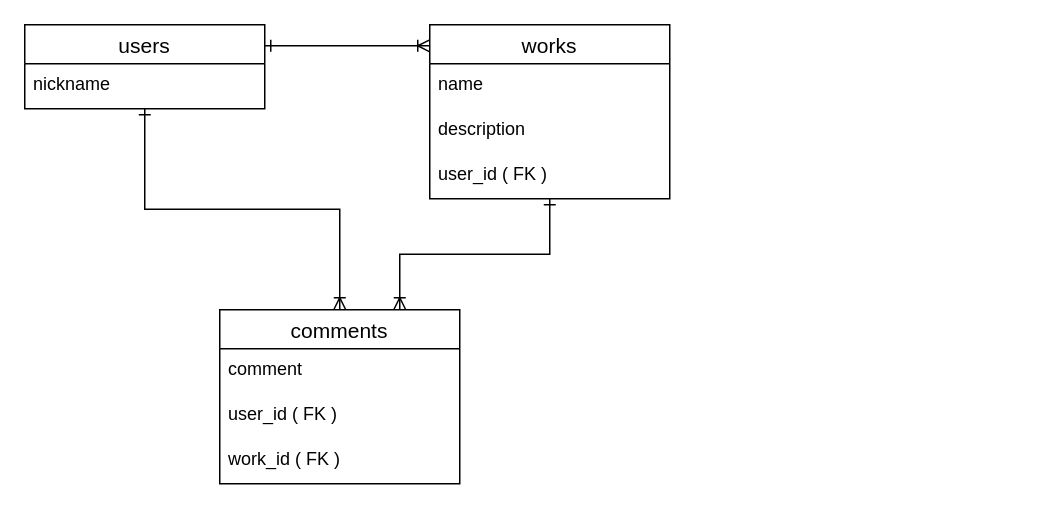
The draw.io diagram hachi.dio in kysh555/hachi_app, before the edit. Source tidied: cells renumbered, new cells numbered last; positions are measured from the earlier drawing's top-left corner, leaving out a move shared by most shapes. Both pictures are drawn from the tidied source at 150%, with x=0, y=0 at pixel (24, 24).
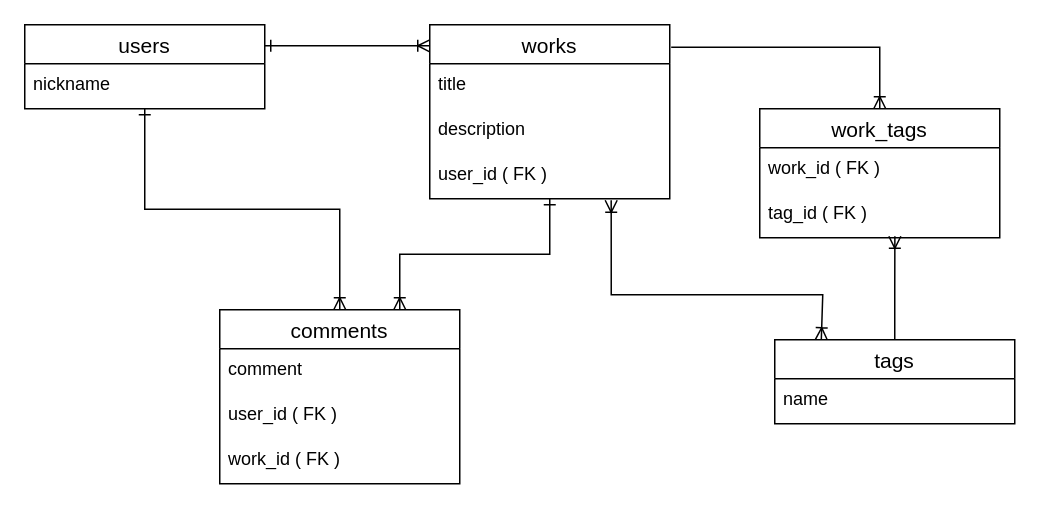
The same page after the edit.

Commit message (it also covers changes not shown here):
READMEとER図に追記

Unchanged cells that the change refers to:
```xml
<mxCell id="7" value="works" style="swimlane;fontStyle=0;horizontal=1;startSize=26;align=center;fontSize=14;" parent="1" vertex="1">
  <mxGeometry x="270" width="160" height="116" as="geometry" />
</mxCell>
<mxCell id="10" value="user_id ( FK )" style="text;strokeColor=none;fillColor=none;spacingLeft=4;spacingRight=4;overflow=hidden;points=[[0,0.5],[1,0.5]];portConstraint=eastwest;fontSize=12;" parent="7" vertex="1">
  <mxGeometry y="86" width="160" height="30" as="geometry" />
</mxCell>
```

The edit, as a diff of the source:
```diff
@@
+    <mxCell id="15" style="edgeStyle=orthogonalEdgeStyle;rounded=0;jettySize=auto;html=1;entryX=0.5;entryY=0;entryDx=0;entryDy=0;startArrow=none;startFill=0;endArrow=ERoneToMany;endFill=0;exitX=1.006;exitY=0.129;exitDx=0;exitDy=0;exitPerimeter=0;" parent="1" edge="1" source="7" target="20">
+      <mxGeometry relative="1" as="geometry">
+        <Array as="points">
+          <mxPoint x="570" y="15" />
+        </Array>
+      </mxGeometry>
+    </mxCell>
@@
-    <mxCell id="8" value="name" style="text;strokeColor=none;fillColor=none;spacingLeft=4;spacingRight=4;overflow=hidden;fontSize=12;" parent="7" vertex="1">
+    <mxCell id="8" value="title" style="text;strokeColor=none;fillColor=none;spacingLeft=4;spacingRight=4;overflow=hidden;fontSize=12;" parent="7" vertex="1">
       <mxGeometry y="26" width="160" height="30" as="geometry" />
     </mxCell>
@@
+    <mxCell id="16" style="edgeStyle=orthogonalEdgeStyle;rounded=0;jettySize=auto;html=1;exitX=0.5;exitY=0;exitDx=0;exitDy=0;entryX=0.563;entryY=0.967;entryDx=0;entryDy=0;entryPerimeter=0;startArrow=none;startFill=0;endArrow=ERoneToMany;endFill=0;" parent="1" edge="1" source="18" target="22">
+      <mxGeometry relative="1" as="geometry" />
+    </mxCell>
+    <mxCell id="17" style="edgeStyle=orthogonalEdgeStyle;rounded=0;jettySize=auto;html=1;exitX=0.194;exitY=0;exitDx=0;exitDy=0;entryX=0.756;entryY=1.033;entryDx=0;entryDy=0;entryPerimeter=0;startArrow=ERoneToMany;startFill=0;endArrow=ERoneToMany;endFill=0;exitPerimeter=0;" parent="1" edge="1" source="18" target="10">
+      <mxGeometry relative="1" as="geometry">
+        <Array as="points">
+          <mxPoint x="532" y="180" />
+          <mxPoint x="391" y="180" />
+        </Array>
+      </mxGeometry>
+    </mxCell>
+    <mxCell id="18" value="tags" style="swimlane;fontStyle=0;horizontal=1;startSize=26;align=center;fontSize=14;" parent="1" vertex="1">
+      <mxGeometry x="500" y="210" width="160" height="56" as="geometry" />
+    </mxCell>
+    <mxCell id="19" value="name" style="text;strokeColor=none;fillColor=none;spacingLeft=4;spacingRight=4;overflow=hidden;fontSize=12;" parent="18" vertex="1">
+      <mxGeometry y="26" width="160" height="30" as="geometry" />
+    </mxCell>
+    <mxCell id="20" value="work_tags" style="swimlane;fontStyle=0;horizontal=1;startSize=26;align=center;fontSize=14;" parent="1" vertex="1">
+      <mxGeometry x="490" y="56" width="160" height="86" as="geometry" />
+    </mxCell>
+    <mxCell id="21" value="work_id ( FK )" style="text;strokeColor=none;fillColor=none;spacingLeft=4;spacingRight=4;overflow=hidden;fontSize=12;" parent="20" vertex="1">
+      <mxGeometry y="26" width="160" height="30" as="geometry" />
+    </mxCell>
+    <mxCell id="22" value="tag_id ( FK )" style="text;strokeColor=none;fillColor=none;spacingLeft=4;spacingRight=4;overflow=hidden;points=[[0,0.5],[1,0.5]];portConstraint=eastwest;fontSize=12;" parent="20" vertex="1">
+      <mxGeometry y="56" width="160" height="30" as="geometry" />
+    </mxCell>
```
